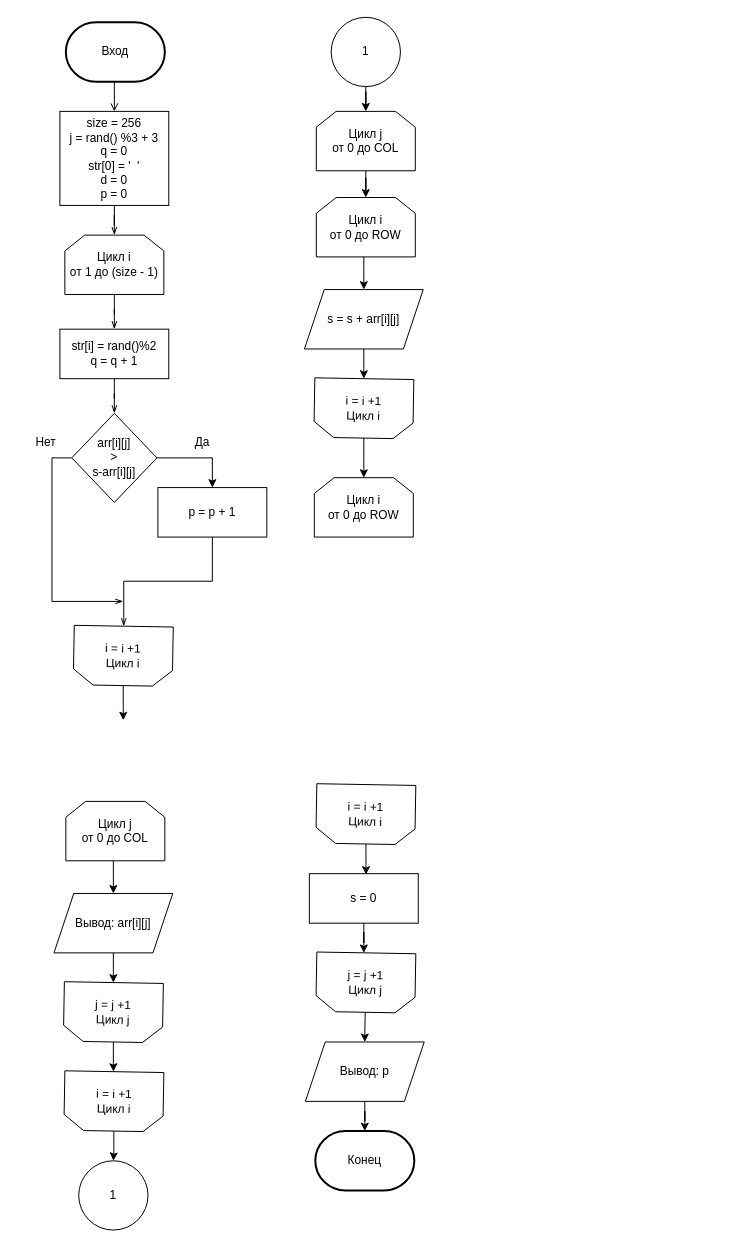
The draw.io diagram laba6.drawio in ArgumenTiKi/labs, before the edit. Source tidied: cells renumbered, new cells numbered last; positions are measured from the earlier drawing's top-left corner, leaving out a move shared by most shapes. Both pictures are drawn from the tidied source at 99%, with x=0, y=0 at pixel (26, 17).
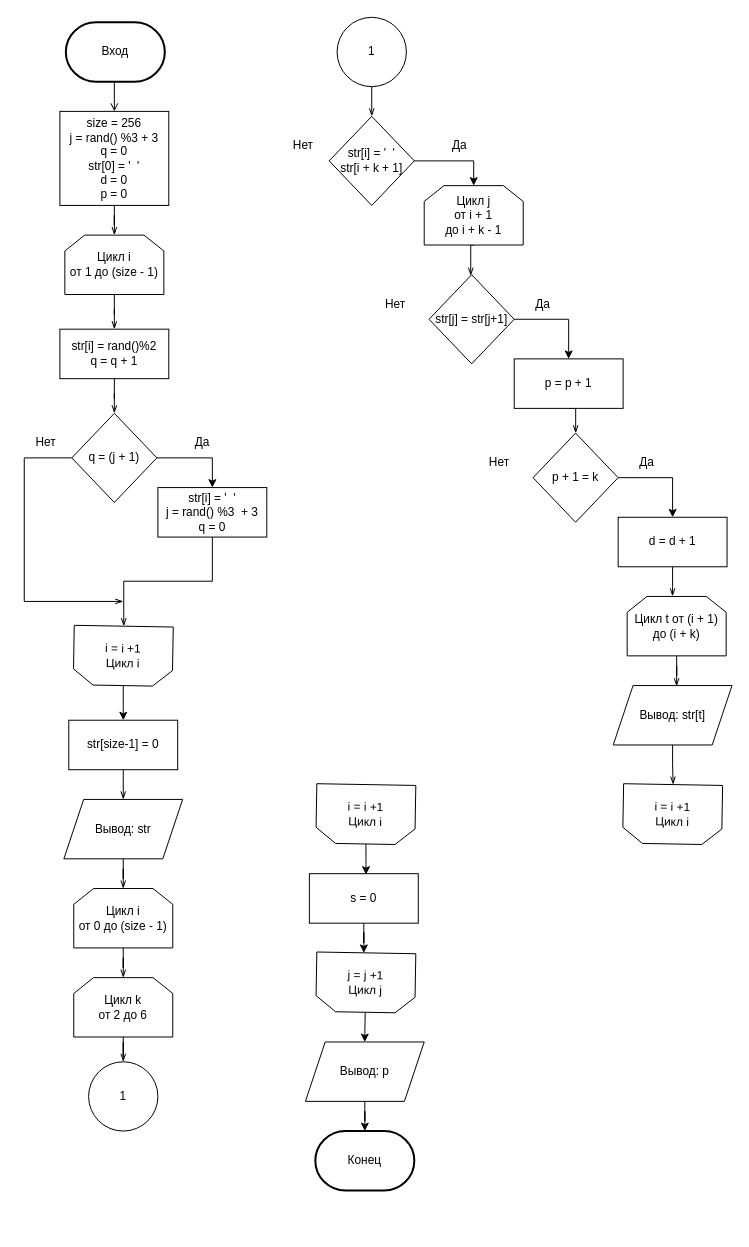
Above is the later version.

Change to the diagram source:
```diff
@@
-    <mxCell id="8" value="p = p + 1" style="rounded=0;whiteSpace=wrap;html=1;" parent="1" vertex="1">
+    <mxCell id="8" value="str[i] = '&amp;nbsp; '&lt;br&gt;j = rand() %3&amp;nbsp; + 3&lt;br&gt;q = 0" style="rounded=0;whiteSpace=wrap;html=1;" parent="1" vertex="1">
       <mxGeometry x="133" y="475" width="110" height="50" as="geometry" />
     </mxCell>
@@
     <mxCell id="11" style="edgeStyle=orthogonalEdgeStyle;rounded=0;jettySize=auto;html=1;exitX=0.5;exitY=1;exitDx=0;exitDy=0;endArrow=openThin;endFill=0;" parent="1" edge="1" source="12">
       <mxGeometry relative="1" as="geometry">
         <mxPoint x="98" y="590" as="targetPoint" />
         <Array as="points">
-          <mxPoint x="26" y="445" />
-          <mxPoint x="26" y="590" />
+          <mxPoint x="-2" y="445" />
+          <mxPoint x="-2" y="590" />
         </Array>
       </mxGeometry>
     </mxCell>
-    <mxCell id="12" value="arr[i][j] &lt;br&gt;&amp;gt; &lt;br&gt;s-arr[i][j]" style="rhombus;whiteSpace=wrap;html=1;direction=south;" parent="1" vertex="1">
+    <mxCell id="12" value="q = (j + 1)" style="rhombus;whiteSpace=wrap;html=1;direction=south;" parent="1" vertex="1">
       <mxGeometry x="46" y="400" width="86" height="90" as="geometry" />
     </mxCell>
@@
     <mxCell id="15" value="1" style="ellipse;whiteSpace=wrap;html=1;" parent="1" vertex="1">
-      <mxGeometry x="53" y="1155" width="70" height="70" as="geometry" />
+      <mxGeometry x="63" y="1055" width="70" height="70" as="geometry" />
     </mxCell>
-    <mxCell id="16" style="edgeStyle=orthogonalEdgeStyle;rounded=0;jettySize=auto;html=1;" parent="1" edge="1" source="17" target="29">
-      <mxGeometry relative="1" as="geometry" />
-    </mxCell>
+    <mxCell id="49" style="edgeStyle=orthogonalEdgeStyle;rounded=0;jettySize=auto;html=1;exitX=0.5;exitY=1;exitDx=0;exitDy=0;entryX=0;entryY=0.5;entryDx=0;entryDy=0;endArrow=openThin;endFill=0;" parent="1" edge="1" source="17" target="56">
+      <mxGeometry relative="1" as="geometry" />
+    </mxCell>
     <mxCell id="17" value="1" style="ellipse;whiteSpace=wrap;html=1;" parent="1" vertex="1">
-      <mxGeometry x="308" width="70" height="70" as="geometry" />
+      <mxGeometry x="314" width="70" height="70" as="geometry" />
     </mxCell>
@@
-    <mxCell id="20" style="edgeStyle=orthogonalEdgeStyle;rounded=0;jettySize=auto;html=1;" parent="1" edge="1" source="21" target="27">
-      <mxGeometry relative="1" as="geometry">
-        <Array as="points">
-          <mxPoint x="88.5" y="1056" />
-        </Array>
-      </mxGeometry>
-    </mxCell>
-    <mxCell id="21" value="j = j +1&lt;br&gt;Цикл j" style="shape=loopLimit;whiteSpace=wrap;html=1;rotation=1;flipV=1;" parent="1" vertex="1">
-      <mxGeometry x="38" y="975" width="100" height="60" as="geometry" />
-    </mxCell>
-    <mxCell id="22" style="edgeStyle=orthogonalEdgeStyle;rounded=0;jettySize=auto;html=1;" parent="1" edge="1" source="23" target="25">
-      <mxGeometry relative="1" as="geometry">
-        <Array as="points">
-          <mxPoint x="88" y="865" />
-          <mxPoint x="88" y="865" />
-        </Array>
-      </mxGeometry>
-    </mxCell>
-    <mxCell id="23" value="Цикл j&lt;br&gt;от 0 до COL" style="shape=loopLimit;whiteSpace=wrap;html=1;" parent="1" vertex="1">
-      <mxGeometry x="40" y="792" width="100" height="60" as="geometry" />
-    </mxCell>
-    <mxCell id="24" style="edgeStyle=orthogonalEdgeStyle;rounded=0;jettySize=auto;html=1;" parent="1" edge="1" source="25" target="21">
-      <mxGeometry relative="1" as="geometry">
-        <Array as="points">
-          <mxPoint x="88" y="965" />
-        </Array>
-      </mxGeometry>
-    </mxCell>
+    <mxCell id="50" style="edgeStyle=orthogonalEdgeStyle;rounded=0;jettySize=auto;html=1;entryX=0.5;entryY=0;entryDx=0;entryDy=0;endArrow=openThin;endFill=0;" parent="1" edge="1" source="25" target="33">
+      <mxGeometry relative="1" as="geometry" />
+    </mxCell>
-    <mxCell id="25" value="Вывод: arr[i][j]" style="shape=parallelogram;perimeter=parallelogramPerimeter;whiteSpace=wrap;html=1;fixedSize=1;" parent="1" vertex="1">
-      <mxGeometry x="28" y="885" width="120" height="60" as="geometry" />
+    <mxCell id="25" value="Вывод: str" style="shape=parallelogram;perimeter=parallelogramPerimeter;whiteSpace=wrap;html=1;fixedSize=1;" parent="1" vertex="1">
+      <mxGeometry x="38" y="790" width="120" height="60" as="geometry" />
     </mxCell>
-    <mxCell id="26" style="edgeStyle=orthogonalEdgeStyle;rounded=0;jettySize=auto;html=1;" parent="1" edge="1" source="27" target="15">
-      <mxGeometry relative="1" as="geometry" />
-    </mxCell>
-    <mxCell id="27" value="i = i +1&lt;br&gt;Цикл i" style="shape=loopLimit;whiteSpace=wrap;html=1;rotation=1;flipV=1;" parent="1" vertex="1">
-      <mxGeometry x="38.5" y="1065" width="100" height="60" as="geometry" />
-    </mxCell>
-    <mxCell id="28" style="edgeStyle=orthogonalEdgeStyle;rounded=0;jettySize=auto;html=1;entryX=0.5;entryY=0;entryDx=0;entryDy=0;" parent="1" edge="1" source="29" target="33">
-      <mxGeometry relative="1" as="geometry" />
-    </mxCell>
-    <mxCell id="29" value="Цикл j&lt;br&gt;от 0 до COL" style="shape=loopLimit;whiteSpace=wrap;html=1;" parent="1" vertex="1">
-      <mxGeometry x="293" y="95" width="100" height="60" as="geometry" />
-    </mxCell>
-    <mxCell id="30" style="edgeStyle=orthogonalEdgeStyle;rounded=0;jettySize=auto;html=1;" parent="1" edge="1" source="31" target="36">
-      <mxGeometry relative="1" as="geometry" />
-    </mxCell>
-    <mxCell id="31" value="i = i +1&lt;br&gt;Цикл i" style="shape=loopLimit;whiteSpace=wrap;html=1;rotation=1;flipV=1;" parent="1" vertex="1">
-      <mxGeometry x="291" y="365" width="100" height="60" as="geometry" />
-    </mxCell>
-    <mxCell id="32" style="edgeStyle=orthogonalEdgeStyle;rounded=0;jettySize=auto;html=1;" parent="1" edge="1" source="33" target="35">
-      <mxGeometry relative="1" as="geometry">
-        <Array as="points">
-          <mxPoint x="341" y="255" />
-          <mxPoint x="341" y="255" />
-        </Array>
-      </mxGeometry>
-    </mxCell>
+    <mxCell id="51" style="edgeStyle=orthogonalEdgeStyle;rounded=0;jettySize=auto;html=1;endArrow=openThin;endFill=0;" parent="1" edge="1" source="33" target="60">
+      <mxGeometry relative="1" as="geometry" />
+    </mxCell>
-    <mxCell id="33" value="Цикл i&lt;br&gt;от 0 до ROW" style="shape=loopLimit;whiteSpace=wrap;html=1;" parent="1" vertex="1">
-      <mxGeometry x="293" y="182" width="100" height="60" as="geometry" />
+    <mxCell id="33" value="Цикл i&lt;br&gt;от 0 до (size - 1)" style="shape=loopLimit;whiteSpace=wrap;html=1;" parent="1" vertex="1">
+      <mxGeometry x="48" y="880" width="100" height="60" as="geometry" />
     </mxCell>
-    <mxCell id="34" style="edgeStyle=orthogonalEdgeStyle;rounded=0;jettySize=auto;html=1;" parent="1" edge="1" source="35" target="31">
-      <mxGeometry relative="1" as="geometry">
-        <Array as="points">
-          <mxPoint x="341" y="355" />
-        </Array>
-      </mxGeometry>
-    </mxCell>
-    <mxCell id="35" value="s = s + arr[i][j]" style="shape=parallelogram;perimeter=parallelogramPerimeter;whiteSpace=wrap;html=1;fixedSize=1;" parent="1" vertex="1">
-      <mxGeometry x="281" y="275" width="120" height="60" as="geometry" />
-    </mxCell>
-    <mxCell id="36" value="Цикл i&lt;br&gt;от 0 до ROW" style="shape=loopLimit;whiteSpace=wrap;html=1;" parent="1" vertex="1">
-      <mxGeometry x="291" y="465" width="100" height="60" as="geometry" />
-    </mxCell>
@@
+    <mxCell id="52" style="edgeStyle=orthogonalEdgeStyle;rounded=0;jettySize=auto;html=1;exitX=0.5;exitY=1;exitDx=0;exitDy=0;entryX=0.5;entryY=0;entryDx=0;entryDy=0;endArrow=openThin;endFill=0;" parent="1" edge="1" source="53" target="25">
+      <mxGeometry relative="1" as="geometry" />
+    </mxCell>
+    <mxCell id="53" value="str[size-1] = 0" style="rounded=0;whiteSpace=wrap;html=1;" parent="1" vertex="1">
+      <mxGeometry x="43" y="710" width="110" height="50" as="geometry" />
+    </mxCell>
+    <mxCell id="54" style="edgeStyle=orthogonalEdgeStyle;rounded=0;jettySize=auto;html=1;exitX=0.5;exitY=1;exitDx=0;exitDy=0;entryX=0;entryY=0.5;entryDx=0;entryDy=0;" parent="1" edge="1" target="56">
+      <mxGeometry relative="1" as="geometry">
+        <mxPoint x="343" y="112" as="sourcePoint" />
+      </mxGeometry>
+    </mxCell>
+    <mxCell id="55" style="edgeStyle=orthogonalEdgeStyle;rounded=0;jettySize=auto;html=1;exitX=0.5;exitY=0;exitDx=0;exitDy=0;entryX=0.5;entryY=0;entryDx=0;entryDy=0;" parent="1" edge="1" source="56" target="62">
+      <mxGeometry relative="1" as="geometry" />
+    </mxCell>
+    <mxCell id="56" value="str[i] = '&amp;nbsp; '&lt;br&gt;str[i + k + 1]" style="rhombus;whiteSpace=wrap;html=1;direction=south;" parent="1" vertex="1">
+      <mxGeometry x="306" y="100" width="86" height="90" as="geometry" />
+    </mxCell>
+    <mxCell id="57" value="Нет" style="text;html=1;strokeColor=none;fillColor=none;align=center;verticalAlign=middle;whiteSpace=wrap;rounded=0;" parent="1" vertex="1">
+      <mxGeometry x="260" y="120" width="40" height="20" as="geometry" />
+    </mxCell>
+    <mxCell id="58" value="Да" style="text;html=1;strokeColor=none;fillColor=none;align=center;verticalAlign=middle;whiteSpace=wrap;rounded=0;" parent="1" vertex="1">
+      <mxGeometry x="418" y="120" width="40" height="20" as="geometry" />
+    </mxCell>
+    <mxCell id="59" style="edgeStyle=orthogonalEdgeStyle;rounded=0;jettySize=auto;html=1;entryX=0.5;entryY=0;entryDx=0;entryDy=0;endArrow=openThin;endFill=0;" parent="1" edge="1" source="60" target="15">
+      <mxGeometry relative="1" as="geometry" />
+    </mxCell>
+    <mxCell id="60" value="Цикл k&lt;br&gt;от 2 до 6" style="shape=loopLimit;whiteSpace=wrap;html=1;" parent="1" vertex="1">
+      <mxGeometry x="48" y="970" width="100" height="60" as="geometry" />
+    </mxCell>
+    <mxCell id="61" style="edgeStyle=orthogonalEdgeStyle;rounded=0;jettySize=auto;html=1;exitX=0.5;exitY=1;exitDx=0;exitDy=0;endArrow=openThin;endFill=0;" parent="1" edge="1" source="62" target="67">
+      <mxGeometry relative="1" as="geometry">
+        <Array as="points">
+          <mxPoint x="449" y="230" />
+        </Array>
+      </mxGeometry>
+    </mxCell>
+    <mxCell id="62" value="Цикл j&lt;br&gt;от i + 1 &lt;br&gt;до i + k - 1" style="shape=loopLimit;whiteSpace=wrap;html=1;" parent="1" vertex="1">
+      <mxGeometry x="402" y="170" width="100" height="60" as="geometry" />
+    </mxCell>
+    <mxCell id="63" style="edgeStyle=orthogonalEdgeStyle;rounded=0;jettySize=auto;html=1;exitX=0.5;exitY=1;exitDx=0;exitDy=0;endArrow=openThin;endFill=0;" parent="1" edge="1" source="64" target="74">
+      <mxGeometry relative="1" as="geometry">
+        <Array as="points">
+          <mxPoint x="555" y="395" />
+        </Array>
+      </mxGeometry>
+    </mxCell>
+    <mxCell id="64" value="p = p + 1" style="rounded=0;whiteSpace=wrap;html=1;" parent="1" vertex="1">
+      <mxGeometry x="492.9" y="345" width="110" height="50" as="geometry" />
+    </mxCell>
+    <mxCell id="65" style="edgeStyle=orthogonalEdgeStyle;rounded=0;jettySize=auto;html=1;exitX=0.5;exitY=1;exitDx=0;exitDy=0;entryX=0;entryY=0.5;entryDx=0;entryDy=0;" parent="1" edge="1" target="67">
+      <mxGeometry relative="1" as="geometry">
+        <mxPoint x="442.9" y="282" as="sourcePoint" />
+      </mxGeometry>
+    </mxCell>
+    <mxCell id="66" style="edgeStyle=orthogonalEdgeStyle;rounded=0;jettySize=auto;html=1;exitX=0.5;exitY=0;exitDx=0;exitDy=0;entryX=0.5;entryY=0;entryDx=0;entryDy=0;" parent="1" edge="1" source="67" target="64">
+      <mxGeometry relative="1" as="geometry" />
+    </mxCell>
+    <mxCell id="67" value="str[j] = str[j+1]" style="rhombus;whiteSpace=wrap;html=1;direction=south;" parent="1" vertex="1">
+      <mxGeometry x="406.9" y="260" width="86" height="90" as="geometry" />
+    </mxCell>
+    <mxCell id="68" value="Нет" style="text;html=1;strokeColor=none;fillColor=none;align=center;verticalAlign=middle;whiteSpace=wrap;rounded=0;" parent="1" vertex="1">
+      <mxGeometry x="353" y="280" width="40" height="20" as="geometry" />
+    </mxCell>
+    <mxCell id="69" value="Да" style="text;html=1;strokeColor=none;fillColor=none;align=center;verticalAlign=middle;whiteSpace=wrap;rounded=0;" parent="1" vertex="1">
+      <mxGeometry x="502" y="280" width="40" height="20" as="geometry" />
+    </mxCell>
+    <mxCell id="70" style="edgeStyle=orthogonalEdgeStyle;rounded=0;jettySize=auto;html=1;entryX=0.458;entryY=-0.003;entryDx=0;entryDy=0;entryPerimeter=0;endArrow=openThin;endFill=0;" parent="1" edge="1" source="71" target="78">
+      <mxGeometry relative="1" as="geometry" />
+    </mxCell>
+    <mxCell id="71" value="d = d + 1" style="rounded=0;whiteSpace=wrap;html=1;" parent="1" vertex="1">
+      <mxGeometry x="597.9" y="505" width="110" height="50" as="geometry" />
+    </mxCell>
+    <mxCell id="72" style="edgeStyle=orthogonalEdgeStyle;rounded=0;jettySize=auto;html=1;exitX=0.5;exitY=1;exitDx=0;exitDy=0;entryX=0;entryY=0.5;entryDx=0;entryDy=0;" parent="1" edge="1" target="74">
+      <mxGeometry relative="1" as="geometry">
+        <mxPoint x="547.9" y="442" as="sourcePoint" />
+      </mxGeometry>
+    </mxCell>
+    <mxCell id="73" style="edgeStyle=orthogonalEdgeStyle;rounded=0;jettySize=auto;html=1;exitX=0.5;exitY=0;exitDx=0;exitDy=0;entryX=0.5;entryY=0;entryDx=0;entryDy=0;" parent="1" edge="1" source="74" target="71">
+      <mxGeometry relative="1" as="geometry" />
+    </mxCell>
+    <mxCell id="74" value="p + 1 = k" style="rhombus;whiteSpace=wrap;html=1;direction=south;" parent="1" vertex="1">
+      <mxGeometry x="511.9" y="420" width="86" height="90" as="geometry" />
+    </mxCell>
+    <mxCell id="75" value="Нет" style="text;html=1;strokeColor=none;fillColor=none;align=center;verticalAlign=middle;whiteSpace=wrap;rounded=0;" parent="1" vertex="1">
+      <mxGeometry x="458" y="440" width="40" height="20" as="geometry" />
+    </mxCell>
+    <mxCell id="76" value="Да" style="text;html=1;strokeColor=none;fillColor=none;align=center;verticalAlign=middle;whiteSpace=wrap;rounded=0;" parent="1" vertex="1">
+      <mxGeometry x="607" y="440" width="40" height="20" as="geometry" />
+    </mxCell>
+    <mxCell id="77" style="edgeStyle=orthogonalEdgeStyle;rounded=0;jettySize=auto;html=1;entryX=0.534;entryY=0.012;entryDx=0;entryDy=0;entryPerimeter=0;endArrow=openThin;endFill=0;" parent="1" edge="1" source="78" target="80">
+      <mxGeometry relative="1" as="geometry" />
+    </mxCell>
+    <mxCell id="78" value="Цикл t от (i + 1)&lt;br&gt;до (i + k)" style="shape=loopLimit;whiteSpace=wrap;html=1;" parent="1" vertex="1">
+      <mxGeometry x="607" y="585" width="100" height="60" as="geometry" />
+    </mxCell>
+    <mxCell id="79" style="edgeStyle=orthogonalEdgeStyle;rounded=0;jettySize=auto;html=1;entryX=0.5;entryY=0;entryDx=0;entryDy=0;endArrow=openThin;endFill=0;" parent="1" edge="1" source="80" target="81">
+      <mxGeometry relative="1" as="geometry">
+        <Array as="points">
+          <mxPoint x="653" y="755" />
+          <mxPoint x="654" y="755" />
+        </Array>
+      </mxGeometry>
+    </mxCell>
+    <mxCell id="80" value="Вывод: str[t]" style="shape=parallelogram;perimeter=parallelogramPerimeter;whiteSpace=wrap;html=1;fixedSize=1;" parent="1" vertex="1">
+      <mxGeometry x="592.9" y="675" width="120" height="60" as="geometry" />
+    </mxCell>
+    <mxCell id="81" value="i = i +1&lt;br&gt;Цикл i" style="shape=loopLimit;whiteSpace=wrap;html=1;rotation=1;flipV=1;" parent="1" vertex="1">
+      <mxGeometry x="602.9" y="775" width="100" height="60" as="geometry" />
+    </mxCell>
```
